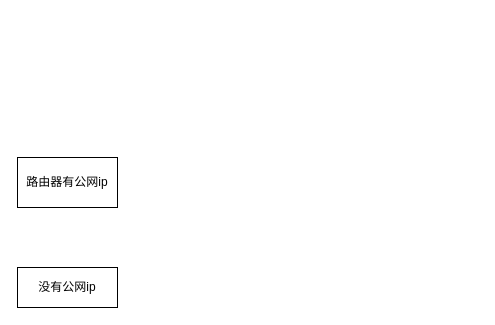
Before: 创建多人饥荒服务器.drawio in hhhhh15/drawio, a draw.io diagram. Source tidied: cells renumbered, new cells numbered last; positions are measured from the earlier drawing's top-left corner, leaving out a move shared by most shapes. Both pictures are drawn from the tidied source at 100%, with x=0, y=0 at pixel (17, 157).
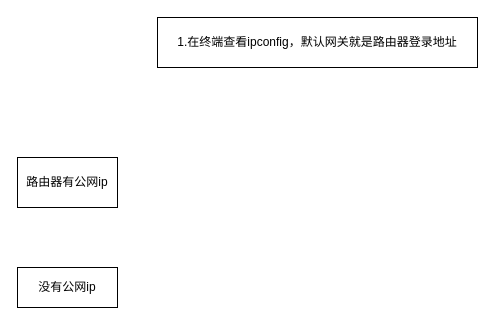
After the change.

Commit message (it also covers changes not shown here):
更新创建多人饥荒服务器.drawio

Change to the diagram source:
```diff
@@
 <mxGraphModel>
   <root>
     <mxCell id="0" />
     <mxCell id="1" parent="0" />
     <mxCell id="2" value="路由器有公网ip" style="whiteSpace=wrap;html=1;" parent="1" vertex="1">
       <mxGeometry width="100" height="50" as="geometry" />
     </mxCell>
     <mxCell id="3" value="没有公网ip" style="whiteSpace=wrap;html=1;" parent="1" vertex="1">
       <mxGeometry y="110" width="100" height="40" as="geometry" />
     </mxCell>
+    <mxCell id="4" value="1.在终端查看ipconfig，默认网关就是路由器登录地址" style="whiteSpace=wrap;html=1;" parent="1" vertex="1">
+      <mxGeometry x="140" y="-140" width="320" height="50" as="geometry" />
+    </mxCell>
   </root>
 </mxGraphModel>
```
